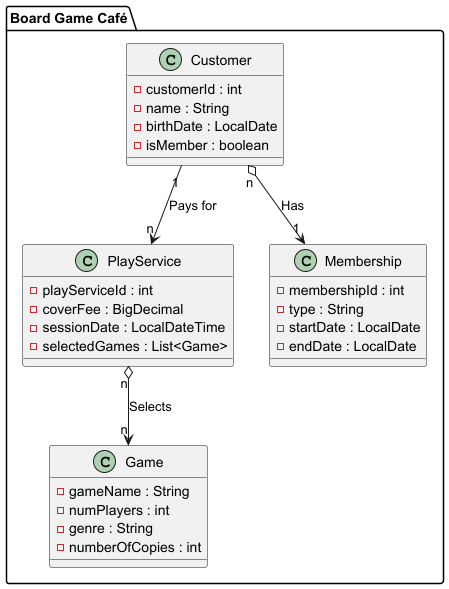
Above: docs/boardgame-cafe.models.png in miw-upm/apaw-practice (PlantUML), before the change.
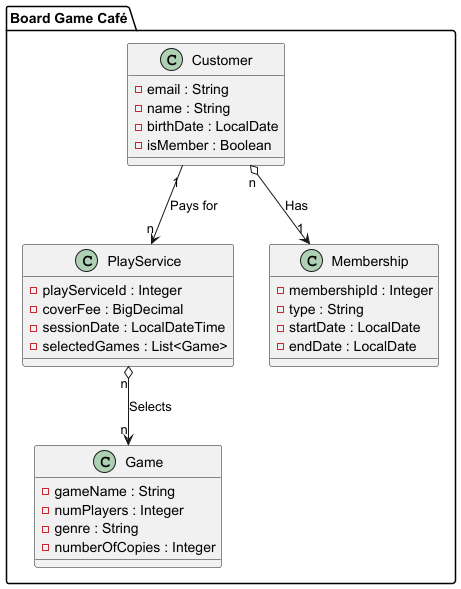
The same diagram one commit later.

Commit message:
update Wrappers types and email in Boardgame Cafe Models issue #827

What changed in the source:
```diff
@@ -2,14 +2,14 @@
 package "Board Game Café" {
 
     class Customer {
-        - customerId : int
+        - email : String
         - name : String
         - birthDate : LocalDate
-        - isMember : boolean
+        - isMember : Boolean
     }
 
     class PlayService {
-        - playServiceId : int
+        - playServiceId : Integer
         - coverFee : BigDecimal
         - sessionDate : LocalDateTime
         - selectedGames : List<Game>
@@ -17,13 +17,13 @@
 
     class Game {
         - gameName : String
-        - numPlayers : int
+        - numPlayers : Integer
         - genre : String
-        - numberOfCopies : int
+        - numberOfCopies : Integer
     }
 
     class Membership {
-        - membershipId : int
+        - membershipId : Integer
         - type : String
         - startDate : LocalDate
         - endDate : LocalDate
```
